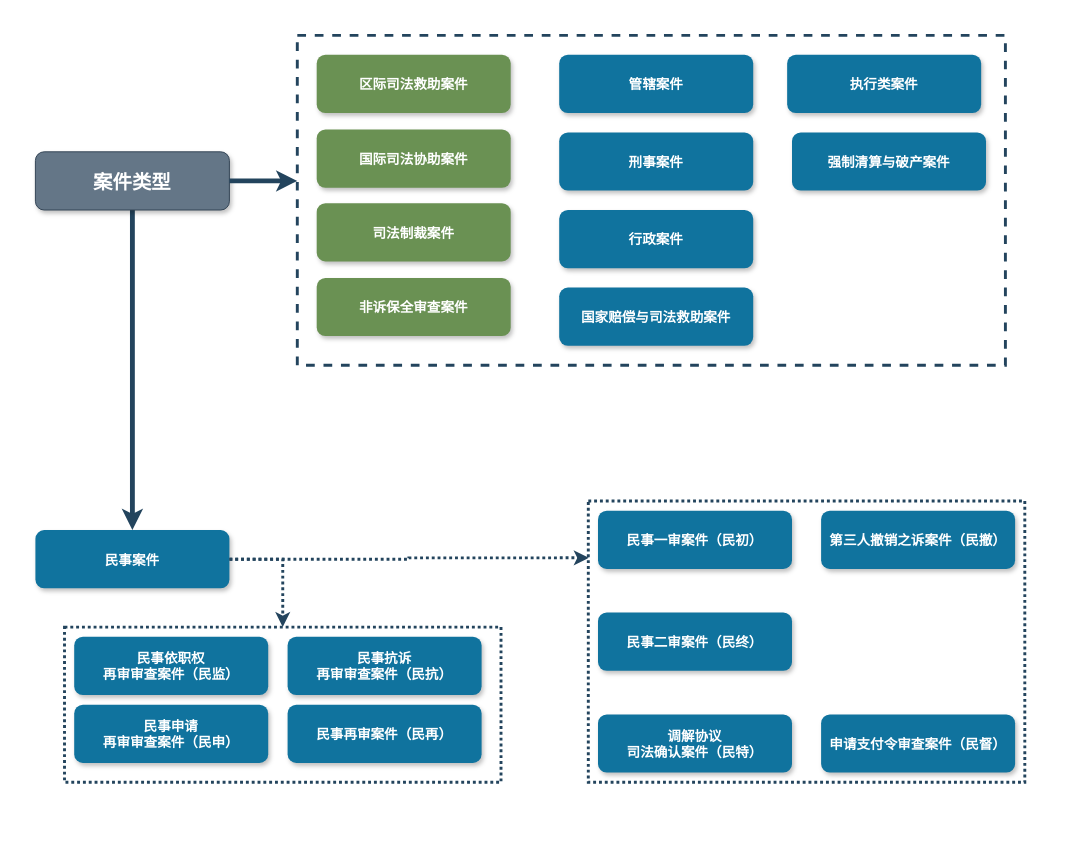
The draw.io diagram 未命名绘图.drawio in iceman-wzg/myfirst, before the edit. Source tidied: cells renumbered, new cells numbered last; positions are measured from the earlier drawing's top-left corner, leaving out a move shared by most shapes. Both pictures are drawn from the tidied source at 97%, with x=0, y=0 at pixel (35, 35).
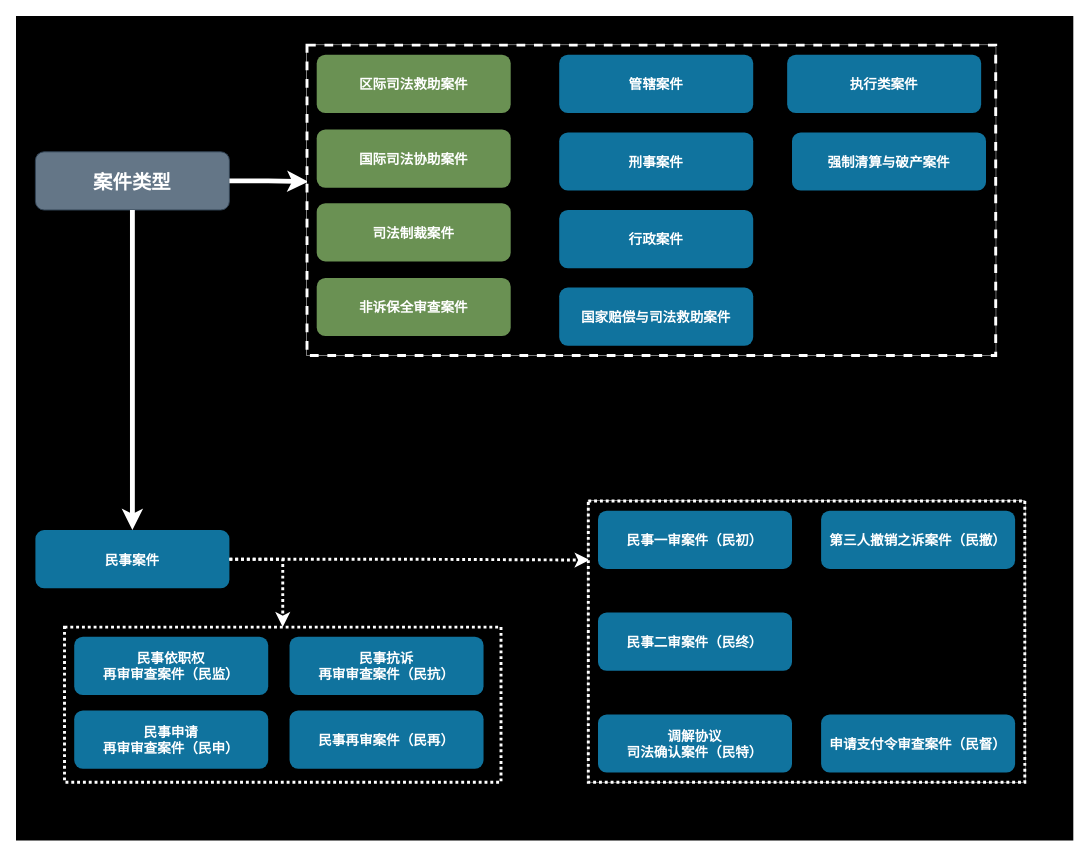
The same diagram, later.

Diff of the diagram source:
```diff
@@
+    <mxCell id="33" style="group;" parent="1" vertex="1">
+      <mxGeometry x="-20" y="-20" width="1090" height="850" as="geometry" />
+    </mxCell>
+    <mxCell id="34" style="rounded=0;whiteSpace=wrap;html=1;strokeColor=none;fillColor=#000000;" parent="33" vertex="1">
+      <mxGeometry width="1090" height="850" as="geometry" />
+    </mxCell>
+    <mxCell id="3" value="案件类型" style="rounded=1;fillColor=#647687;strokeColor=#314354;shadow=1;fontStyle=1;fontSize=20;fontColor=#ffffff;glass=0;gradientColor=none;" parent="33" vertex="1">
+      <mxGeometry x="20" y="140" width="200" height="60" as="geometry" />
+    </mxCell>
+    <mxCell id="5" value="民事案件" style="rounded=1;fillColor=#10739E;strokeColor=none;shadow=1;gradientColor=none;fontStyle=1;fontColor=#FFFFFF;fontSize=14;" parent="33" vertex="1">
+      <mxGeometry x="20" y="530" width="200" height="60" as="geometry" />
+    </mxCell>
-    <mxCell id="2" style="edgeStyle=orthogonalEdgeStyle;rounded=0;jettySize=auto;html=1;exitX=0.5;exitY=1;exitDx=0;exitDy=0;entryX=0.5;entryY=0;entryDx=0;entryDy=0;fontSize=16;strokeWidth=5;strokeColor=#23445D;" parent="1" edge="1" source="3" target="5">
+    <mxCell id="2" style="edgeStyle=orthogonalEdgeStyle;rounded=0;jettySize=auto;html=1;exitX=0.5;exitY=1;exitDx=0;exitDy=0;entryX=0.5;entryY=0;entryDx=0;entryDy=0;fontSize=16;strokeWidth=5;strokeColor=#FFFFFF;" parent="33" edge="1" source="3" target="5">
       <mxGeometry relative="1" as="geometry" />
     </mxCell>
-    <mxCell id="3" value="案件类型" style="rounded=1;fillColor=#647687;strokeColor=#314354;shadow=1;fontStyle=1;fontSize=20;fontColor=#ffffff;glass=0;gradientColor=none;" parent="1" vertex="1">
-      <mxGeometry y="120" width="200" height="60" as="geometry" />
-    </mxCell>
+    <mxCell id="31" style="edgeStyle=orthogonalEdgeStyle;rounded=0;jettySize=auto;html=1;exitX=1;exitY=0.5;exitDx=0;exitDy=0;strokeColor=#FFFFFF;strokeWidth=5;entryX=0.002;entryY=0.44;entryDx=0;entryDy=0;entryPerimeter=0;" parent="33" edge="1" source="3" target="7">
+      <mxGeometry relative="1" as="geometry" />
+    </mxCell>
+    <mxCell id="32" style="edgeStyle=orthogonalEdgeStyle;rounded=0;jettySize=auto;html=1;exitX=1;exitY=0.5;exitDx=0;exitDy=0;entryX=0.003;entryY=0.21;entryDx=0;entryDy=0;entryPerimeter=0;strokeColor=#FFFFFF;strokeWidth=3;dashed=1;dashPattern=1 1;" parent="33" edge="1" source="5" target="25">
+      <mxGeometry relative="1" as="geometry" />
+    </mxCell>
+    <mxCell id="35" style="group;strokeColor=#FFFFFF;" parent="33" vertex="1">
+      <mxGeometry x="590" y="500" width="450" height="290" as="geometry" />
+    </mxCell>
+    <mxCell id="36" style="group;strokeColor=#FFFFFF;" parent="33" vertex="1">
+      <mxGeometry x="300" y="30" width="710" height="320" as="geometry" />
+    </mxCell>
-    <mxCell id="4" style="edgeStyle=orthogonalEdgeStyle;rounded=0;jettySize=auto;html=1;exitX=1;exitY=0.5;exitDx=0;exitDy=0;entryX=0.5;entryY=0;entryDx=0;entryDy=0;strokeColor=#23445D;dashed=1;dashPattern=1 1;strokeWidth=3;" parent="1" edge="1" source="5" target="19">
+    <mxCell id="4" style="edgeStyle=orthogonalEdgeStyle;rounded=0;jettySize=auto;html=1;exitX=1;exitY=0.5;exitDx=0;exitDy=0;entryX=0.5;entryY=0;entryDx=0;entryDy=0;strokeColor=#FFFFFF;dashed=1;dashPattern=1 1;strokeWidth=3;" parent="33" edge="1" source="5" target="19">
       <mxGeometry relative="1" as="geometry">
         <Array as="points">
-          <mxPoint x="255" y="540" />
+          <mxPoint x="275" y="560" />
         </Array>
       </mxGeometry>
     </mxCell>
-    <mxCell id="5" value="民事案件" style="rounded=1;fillColor=#10739E;strokeColor=none;shadow=1;gradientColor=none;fontStyle=1;fontColor=#FFFFFF;fontSize=14;" parent="1" vertex="1">
-      <mxGeometry y="510" width="200" height="60" as="geometry" />
-    </mxCell>
-    <mxCell id="6" style="group;" parent="1" vertex="1">
-      <mxGeometry x="270" width="730" height="340" as="geometry" />
-    </mxCell>
-    <mxCell id="7" style="whiteSpace=wrap;html=1;dashed=1;strokeWidth=3;strokeColor=#23445D;" parent="6" vertex="1">
-      <mxGeometry width="730" height="340" as="geometry" />
+    <mxCell id="7" style="whiteSpace=wrap;html=1;dashed=1;strokeWidth=3;strokeColor=#FFFFFF;fillColor=#000000;" parent="33" vertex="1">
+      <mxGeometry x="300" y="30" width="710" height="320" as="geometry" />
     </mxCell>
-    <mxCell id="8" value="行政案件" style="rounded=1;fillColor=#10739E;strokeColor=none;shadow=1;gradientColor=none;fontStyle=1;fontColor=#FFFFFF;fontSize=14;" parent="6" vertex="1">
-      <mxGeometry x="270" y="180" width="200" height="60" as="geometry" />
+    <mxCell id="8" value="行政案件" style="rounded=1;fillColor=#10739E;strokeColor=none;shadow=1;gradientColor=none;fontStyle=1;fontColor=#FFFFFF;fontSize=14;" parent="33" vertex="1">
+      <mxGeometry x="560" y="200" width="200" height="60" as="geometry" />
     </mxCell>
-    <mxCell id="9" value="管辖案件" style="rounded=1;fillColor=#10739E;strokeColor=none;shadow=1;gradientColor=none;fontStyle=1;fontColor=#FFFFFF;fontSize=14;" parent="6" vertex="1">
-      <mxGeometry x="270" y="20" width="200" height="60" as="geometry" />
+    <mxCell id="9" value="管辖案件" style="rounded=1;fillColor=#10739E;strokeColor=none;shadow=1;gradientColor=none;fontStyle=1;fontColor=#FFFFFF;fontSize=14;" parent="33" vertex="1">
+      <mxGeometry x="560" y="40" width="200" height="60" as="geometry" />
     </mxCell>
-    <mxCell id="10" value="刑事案件" style="rounded=1;fillColor=#10739E;strokeColor=none;shadow=1;gradientColor=none;fontStyle=1;fontColor=#FFFFFF;fontSize=14;" parent="6" vertex="1">
-      <mxGeometry x="270" y="100" width="200" height="60" as="geometry" />
+    <mxCell id="10" value="刑事案件" style="rounded=1;fillColor=#10739E;strokeColor=none;shadow=1;gradientColor=none;fontStyle=1;fontColor=#FFFFFF;fontSize=14;" parent="33" vertex="1">
+      <mxGeometry x="560" y="120" width="200" height="60" as="geometry" />
     </mxCell>
-    <mxCell id="11" value="国家赔偿与司法救助案件" style="rounded=1;fillColor=#10739E;strokeColor=none;shadow=1;gradientColor=none;fontStyle=1;fontColor=#FFFFFF;fontSize=14;" parent="6" vertex="1">
-      <mxGeometry x="270" y="260" width="200" height="60" as="geometry" />
+    <mxCell id="11" value="国家赔偿与司法救助案件" style="rounded=1;fillColor=#10739E;strokeColor=none;shadow=1;gradientColor=none;fontStyle=1;fontColor=#FFFFFF;fontSize=14;" parent="33" vertex="1">
+      <mxGeometry x="560" y="280" width="200" height="60" as="geometry" />
     </mxCell>
-    <mxCell id="12" value="区际司法救助案件" style="rounded=1;fillColor=#6A9153;strokeColor=none;shadow=1;gradientColor=none;fontStyle=1;fontColor=#FFFFFF;fontSize=14;" parent="6" vertex="1">
-      <mxGeometry x="20" y="20" width="200" height="60" as="geometry" />
+    <mxCell id="12" value="区际司法救助案件" style="rounded=1;fillColor=#6A9153;strokeColor=none;shadow=1;gradientColor=none;fontStyle=1;fontColor=#FFFFFF;fontSize=14;" parent="33" vertex="1">
+      <mxGeometry x="310" y="40" width="200" height="60" as="geometry" />
     </mxCell>
-    <mxCell id="13" value="国际司法协助案件" style="rounded=1;fillColor=#6A9153;strokeColor=none;shadow=1;gradientColor=none;fontStyle=1;fontColor=#FFFFFF;fontSize=14;" parent="6" vertex="1">
-      <mxGeometry x="20" y="97" width="200" height="60" as="geometry" />
+    <mxCell id="13" value="国际司法协助案件" style="rounded=1;fillColor=#6A9153;strokeColor=none;shadow=1;gradientColor=none;fontStyle=1;fontColor=#FFFFFF;fontSize=14;" parent="33" vertex="1">
+      <mxGeometry x="310" y="117" width="200" height="60" as="geometry" />
     </mxCell>
-    <mxCell id="14" value="司法制裁案件" style="rounded=1;fillColor=#6A9153;strokeColor=none;shadow=1;gradientColor=none;fontStyle=1;fontColor=#FFFFFF;fontSize=14;" parent="6" vertex="1">
-      <mxGeometry x="20" y="173" width="200" height="60" as="geometry" />
+    <mxCell id="14" value="司法制裁案件" style="rounded=1;fillColor=#6A9153;strokeColor=none;shadow=1;gradientColor=none;fontStyle=1;fontColor=#FFFFFF;fontSize=14;" parent="33" vertex="1">
+      <mxGeometry x="310" y="193" width="200" height="60" as="geometry" />
     </mxCell>
-    <mxCell id="15" value="非诉保全审查案件" style="rounded=1;fillColor=#6A9153;strokeColor=none;shadow=1;gradientColor=none;fontStyle=1;fontColor=#FFFFFF;fontSize=14;" parent="6" vertex="1">
-      <mxGeometry x="20" y="250" width="200" height="60" as="geometry" />
+    <mxCell id="15" value="非诉保全审查案件" style="rounded=1;fillColor=#6A9153;strokeColor=none;shadow=1;gradientColor=none;fontStyle=1;fontColor=#FFFFFF;fontSize=14;" parent="33" vertex="1">
+      <mxGeometry x="310" y="270" width="200" height="60" as="geometry" />
     </mxCell>
-    <mxCell id="16" value="执行类案件" style="rounded=1;fillColor=#10739E;strokeColor=none;shadow=1;gradientColor=none;fontStyle=1;fontColor=#FFFFFF;fontSize=14;" parent="6" vertex="1">
-      <mxGeometry x="505" y="20" width="200" height="60" as="geometry" />
+    <mxCell id="16" value="执行类案件" style="rounded=1;fillColor=#10739E;strokeColor=none;shadow=1;gradientColor=none;fontStyle=1;fontColor=#FFFFFF;fontSize=14;" parent="33" vertex="1">
+      <mxGeometry x="795" y="40" width="200" height="60" as="geometry" />
     </mxCell>
-    <mxCell id="17" value="强制清算与破产案件" style="rounded=1;fillColor=#10739E;strokeColor=none;shadow=1;gradientColor=none;fontStyle=1;fontColor=#FFFFFF;fontSize=14;" parent="6" vertex="1">
-      <mxGeometry x="510" y="100" width="200" height="60" as="geometry" />
+    <mxCell id="17" value="强制清算与破产案件" style="rounded=1;fillColor=#10739E;strokeColor=none;shadow=1;gradientColor=none;fontStyle=1;fontColor=#FFFFFF;fontSize=14;" parent="33" vertex="1">
+      <mxGeometry x="800" y="120" width="200" height="60" as="geometry" />
     </mxCell>
-    <mxCell id="18" style="group;" parent="1" vertex="1">
-      <mxGeometry x="30" y="610" width="450" height="160" as="geometry" />
-    </mxCell>
-    <mxCell id="19" style="rounded=0;whiteSpace=wrap;html=1;strokeWidth=3;dashed=1;strokeColor=#23445D;dashPattern=1 1;" parent="18" vertex="1">
-      <mxGeometry width="450" height="160" as="geometry" />
-    </mxCell>
-    <mxCell id="20" value="民事依职权&#10;再审审查案件（民监）" style="rounded=1;fillColor=#10739E;strokeColor=none;shadow=1;gradientColor=none;fontStyle=1;fontColor=#FFFFFF;fontSize=14;" parent="18" vertex="1">
-      <mxGeometry x="10" y="10" width="200" height="60" as="geometry" />
-    </mxCell>
-    <mxCell id="21" value="民事申请&#10;再审审查案件（民申）" style="rounded=1;fillColor=#10739E;strokeColor=none;shadow=1;gradientColor=none;fontStyle=1;fontColor=#FFFFFF;fontSize=14;" parent="18" vertex="1">
-      <mxGeometry x="10" y="80" width="200" height="60" as="geometry" />
-    </mxCell>
-    <mxCell id="22" value="民事抗诉&#10;再审审查案件（民抗）" style="rounded=1;fillColor=#10739E;strokeColor=none;shadow=1;gradientColor=none;fontStyle=1;fontColor=#FFFFFF;fontSize=14;" parent="18" vertex="1">
-      <mxGeometry x="230" y="10" width="200" height="60" as="geometry" />
-    </mxCell>
-    <mxCell id="23" value="民事再审案件（民再）" style="rounded=1;fillColor=#10739E;strokeColor=none;shadow=1;gradientColor=none;fontStyle=1;fontColor=#FFFFFF;fontSize=14;" parent="18" vertex="1">
-      <mxGeometry x="230" y="80" width="200" height="60" as="geometry" />
-    </mxCell>
-    <mxCell id="24" style="group;" parent="1" vertex="1">
-      <mxGeometry x="570" y="480" width="450" height="290" as="geometry" />
+    <mxCell id="24" style="group;fillColor=#000000;" parent="33" vertex="1">
+      <mxGeometry x="590" y="500" width="450" height="290" as="geometry" />
     </mxCell>
-    <mxCell id="25" style="rounded=0;whiteSpace=wrap;html=1;strokeWidth=3;dashed=1;dashPattern=1 1;strokeColor=#23445D;" parent="24" vertex="1">
-      <mxGeometry width="450" height="290" as="geometry" />
+    <mxCell id="25" style="rounded=0;whiteSpace=wrap;html=1;strokeWidth=3;dashed=1;dashPattern=1 1;strokeColor=#FFFFFF;gradientColor=none;fillColor=#000000;" parent="33" vertex="1">
+      <mxGeometry x="590" y="500" width="450" height="290" as="geometry" />
     </mxCell>
-    <mxCell id="26" value="民事一审案件（民初）" style="rounded=1;fillColor=#10739E;strokeColor=none;shadow=1;gradientColor=none;fontStyle=1;fontColor=#FFFFFF;fontSize=14;" parent="24" vertex="1">
-      <mxGeometry x="10" y="10" width="200" height="60" as="geometry" />
+    <mxCell id="26" value="民事一审案件（民初）" style="rounded=1;fillColor=#10739E;strokeColor=none;shadow=1;gradientColor=none;fontStyle=1;fontColor=#FFFFFF;fontSize=14;" parent="33" vertex="1">
+      <mxGeometry x="600" y="510" width="200" height="60" as="geometry" />
     </mxCell>
-    <mxCell id="27" value="民事二审案件（民终）" style="rounded=1;fillColor=#10739E;strokeColor=none;shadow=1;gradientColor=none;fontStyle=1;fontColor=#FFFFFF;fontSize=14;" parent="24" vertex="1">
-      <mxGeometry x="10" y="115" width="200" height="60" as="geometry" />
+    <mxCell id="27" value="民事二审案件（民终）" style="rounded=1;fillColor=#10739E;strokeColor=none;shadow=1;gradientColor=none;fontStyle=1;fontColor=#FFFFFF;fontSize=14;" parent="33" vertex="1">
+      <mxGeometry x="600" y="615" width="200" height="60" as="geometry" />
     </mxCell>
-    <mxCell id="28" value="第三人撤销之诉案件（民撤）" style="rounded=1;fillColor=#10739E;strokeColor=none;shadow=1;gradientColor=none;fontStyle=1;fontColor=#FFFFFF;fontSize=14;" parent="24" vertex="1">
-      <mxGeometry x="240" y="10" width="200" height="60" as="geometry" />
+    <mxCell id="28" value="第三人撤销之诉案件（民撤）" style="rounded=1;fillColor=#10739E;strokeColor=none;shadow=1;gradientColor=none;fontStyle=1;fontColor=#FFFFFF;fontSize=14;" parent="33" vertex="1">
+      <mxGeometry x="830" y="510" width="200" height="60" as="geometry" />
     </mxCell>
-    <mxCell id="29" value="申请支付令审查案件（民督）" style="rounded=1;fillColor=#10739E;strokeColor=none;shadow=1;gradientColor=none;fontStyle=1;fontColor=#FFFFFF;fontSize=14;" parent="24" vertex="1">
-      <mxGeometry x="240" y="220" width="200" height="60" as="geometry" />
+    <mxCell id="29" value="申请支付令审查案件（民督）" style="rounded=1;fillColor=#10739E;strokeColor=none;shadow=1;gradientColor=none;fontStyle=1;fontColor=#FFFFFF;fontSize=14;" parent="33" vertex="1">
+      <mxGeometry x="830" y="720" width="200" height="60" as="geometry" />
     </mxCell>
-    <mxCell id="30" value="调解协议&#10;司法确认案件（民特）" style="rounded=1;fillColor=#10739E;strokeColor=none;shadow=1;gradientColor=none;fontStyle=1;fontColor=#FFFFFF;fontSize=14;" parent="24" vertex="1">
-      <mxGeometry x="10" y="220" width="200" height="60" as="geometry" />
+    <mxCell id="30" value="调解协议&#10;司法确认案件（民特）" style="rounded=1;fillColor=#10739E;strokeColor=none;shadow=1;gradientColor=none;fontStyle=1;fontColor=#FFFFFF;fontSize=14;" parent="33" vertex="1">
+      <mxGeometry x="600" y="720" width="200" height="60" as="geometry" />
     </mxCell>
-    <mxCell id="31" style="edgeStyle=orthogonalEdgeStyle;rounded=0;jettySize=auto;html=1;exitX=1;exitY=0.5;exitDx=0;exitDy=0;strokeColor=#23445D;strokeWidth=5;" parent="1" edge="1" source="3">
-      <mxGeometry relative="1" as="geometry">
-        <mxPoint x="270" y="150" as="targetPoint" />
-        <Array as="points">
-          <mxPoint x="270" y="150" />
-        </Array>
-      </mxGeometry>
-    </mxCell>
-    <mxCell id="32" style="edgeStyle=orthogonalEdgeStyle;rounded=0;jettySize=auto;html=1;exitX=1;exitY=0.5;exitDx=0;exitDy=0;entryX=0.001;entryY=0.202;entryDx=0;entryDy=0;entryPerimeter=0;strokeColor=#23445D;strokeWidth=3;dashed=1;dashPattern=1 1;" parent="1" edge="1" source="5" target="25">
-      <mxGeometry relative="1" as="geometry" />
-    </mxCell>
+    <mxCell id="19" style="rounded=0;whiteSpace=wrap;html=1;strokeWidth=3;dashed=1;strokeColor=#FFFFFF;dashPattern=1 1;fillColor=#000000;" parent="33" vertex="1">
+      <mxGeometry x="50" y="630" width="450" height="160" as="geometry" />
+    </mxCell>
+    <mxCell id="20" value="民事依职权&#10;再审审查案件（民监）" style="rounded=1;fillColor=#10739E;strokeColor=none;shadow=1;gradientColor=none;fontStyle=1;fontColor=#FFFFFF;fontSize=14;" parent="33" vertex="1">
+      <mxGeometry x="60" y="640" width="200" height="60" as="geometry" />
+    </mxCell>
+    <mxCell id="21" value="民事申请&#10;再审审查案件（民申）" style="rounded=1;fillColor=#10739E;strokeColor=none;shadow=1;gradientColor=none;fontStyle=1;fontColor=#FFFFFF;fontSize=14;" parent="33" vertex="1">
+      <mxGeometry x="60" y="716" width="200" height="60" as="geometry" />
+    </mxCell>
+    <mxCell id="22" value="民事抗诉&#10;再审审查案件（民抗）" style="rounded=1;fillColor=#10739E;strokeColor=none;shadow=1;gradientColor=none;fontStyle=1;fontColor=#FFFFFF;fontSize=14;" parent="33" vertex="1">
+      <mxGeometry x="282" y="640" width="200" height="60" as="geometry" />
+    </mxCell>
+    <mxCell id="23" value="民事再审案件（民再）" style="rounded=1;fillColor=#10739E;strokeColor=none;shadow=1;gradientColor=none;fontStyle=1;fontColor=#FFFFFF;fontSize=14;" parent="33" vertex="1">
+      <mxGeometry x="282" y="716" width="200" height="60" as="geometry" />
+    </mxCell>
```
